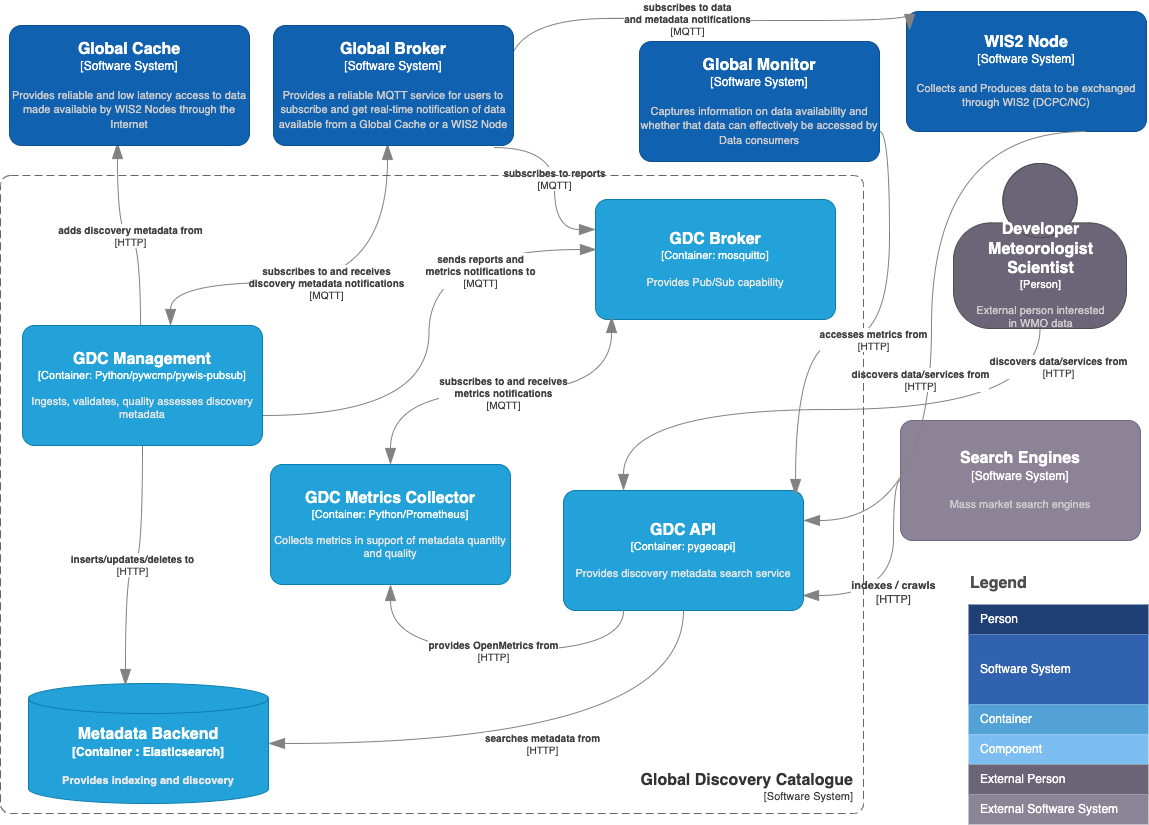
Above: docs/architecture/c4.container.png in wmo-im/wis2-gdc (draw.io), before the change. Source tidied: cells renumbered, new cells last; positions are measured from the earlier drawing's top-left corner, leaving out a move shared by most shapes.
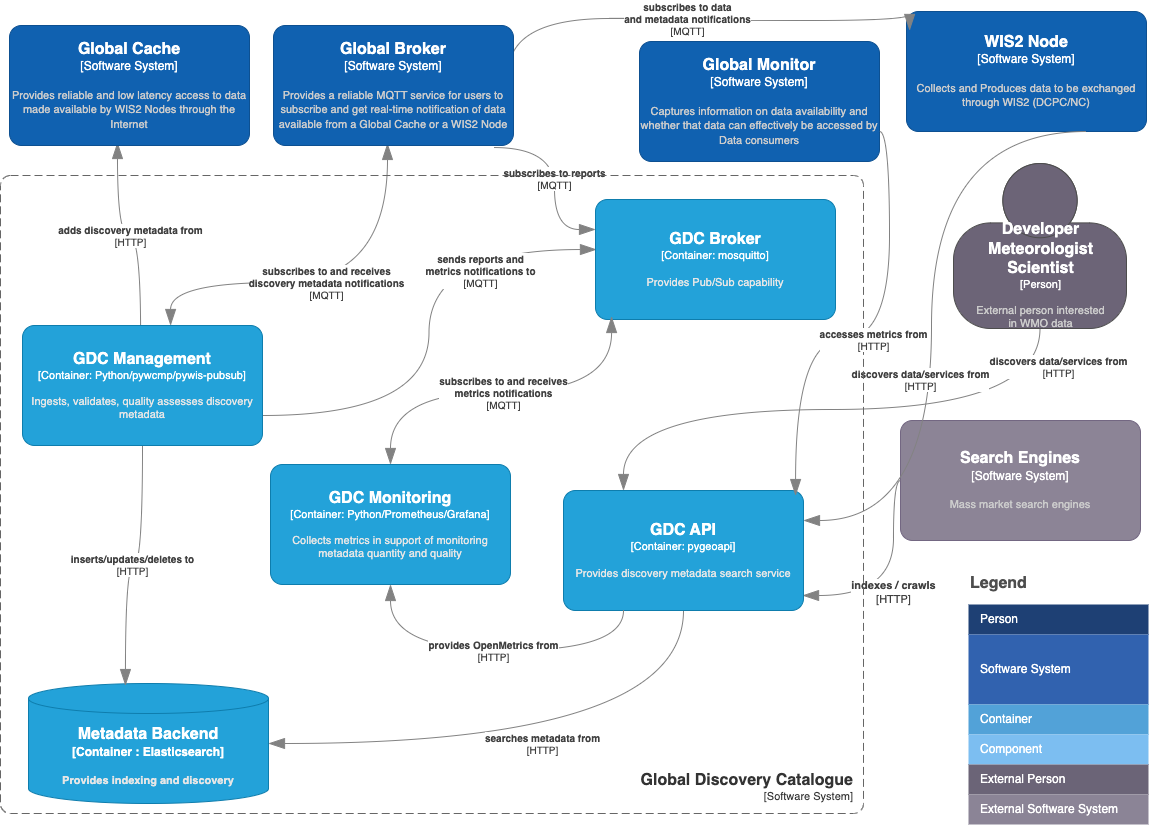
Later version of the same file.

Change to the diagram source:
```diff
@@ -148,7 +148,7 @@
         <mxGeometry x="595" y="188" width="240" height="120" as="geometry" />
       </mxCell>
     </object>
-    <object id="30" label="&lt;font style=&quot;font-size: 16px&quot;&gt;&lt;b&gt;%c4Name%&lt;/b&gt;&lt;/font&gt;&lt;div&gt;[%c4Type%: %c4Technology%]&lt;/div&gt;&lt;br&gt;&lt;div&gt;&lt;font style=&quot;font-size: 11px&quot;&gt;&lt;font color=&quot;#E6E6E6&quot;&gt;%c4Description%&lt;/font&gt;&lt;/div&gt;" c4Description="Collects metrics in support of metadata quantity and quality" c4Name="GDC Metrics Collector" c4Technology="Python/Prometheus" c4Type="Container" placeholders="1">
+    <object id="30" label="&lt;font style=&quot;font-size: 16px&quot;&gt;&lt;b&gt;%c4Name%&lt;/b&gt;&lt;/font&gt;&lt;div&gt;[%c4Type%: %c4Technology%]&lt;/div&gt;&lt;br&gt;&lt;div&gt;&lt;font style=&quot;font-size: 11px&quot;&gt;&lt;font color=&quot;#E6E6E6&quot;&gt;%c4Description%&lt;/font&gt;&lt;/div&gt;" c4Description="Collects metrics in support of monitoring metadata quantity and quality" c4Name="GDC Monitoring" c4Technology="Python/Prometheus/Grafana" c4Type="Container" placeholders="1">
       <mxCell style="rounded=1;whiteSpace=wrap;html=1;fontSize=11;labelBackgroundColor=none;fillColor=#23A2D9;fontColor=#ffffff;align=center;arcSize=10;strokeColor=#0E7DAD;points=[[0.25,0,0],[0.5,0,0],[0.75,0,0],[1,0.25,0],[1,0.5,0],[1,0.75,0],[0.75,1,0],[0.5,1,0],[0.25,1,0],[0,0.75,0],[0,0.5,0],[0,0.25,0]];" parent="1" vertex="1">
         <mxGeometry x="270" y="453" width="240" height="120" as="geometry" />
       </mxCell>
```
